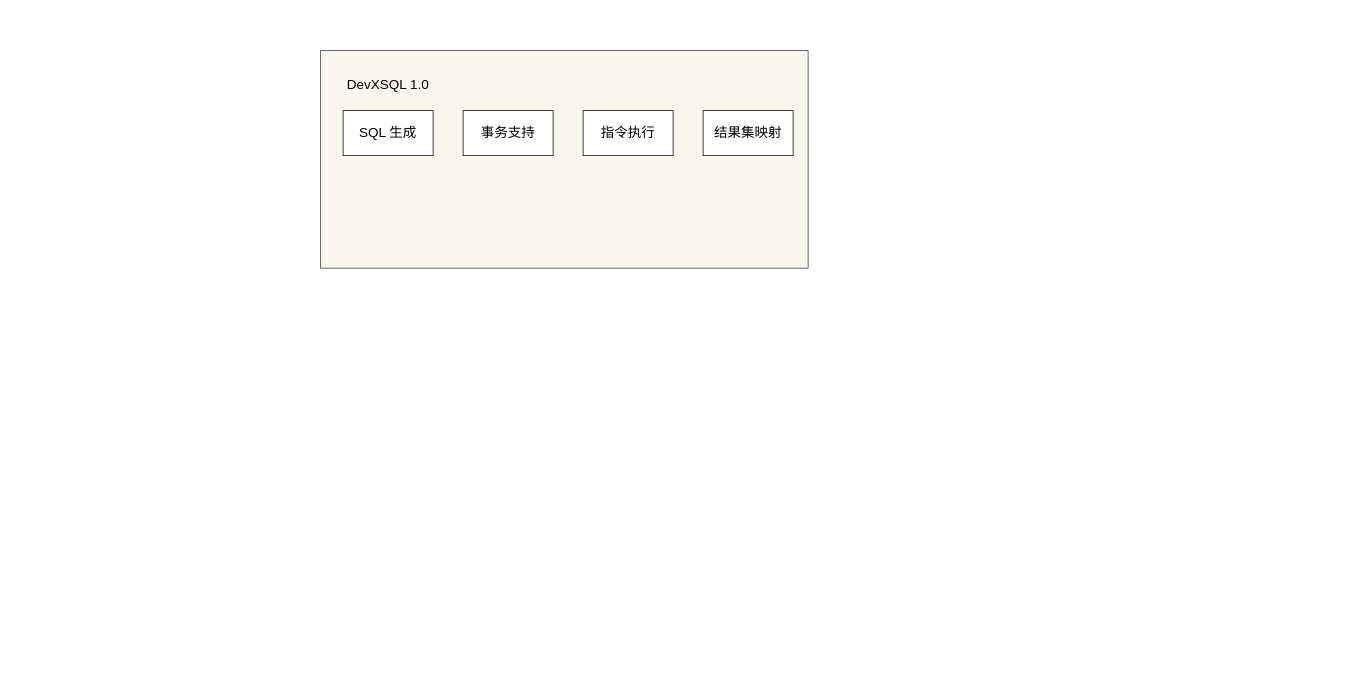
The draw.io diagram DevX/DevXSQL/DevXSQL.drawio in GitHeP/diagrams, before the edit. Source tidied: cells renumbered, new cells numbered last; positions are measured from the earlier drawing's top-left corner, leaving out a move shared by most shapes. Both pictures are drawn from the tidied source at 75%, with x=0, y=0 at pixel (320, 50).
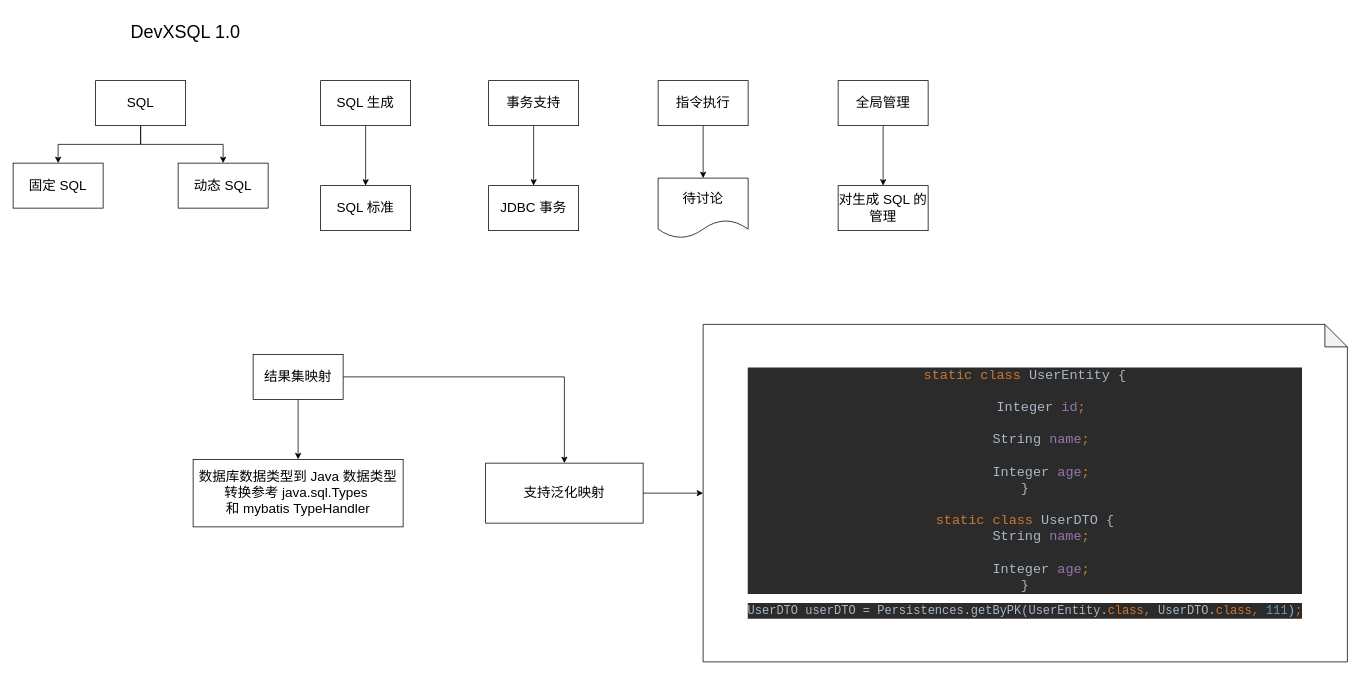
Above is the later version.

Change to the diagram source:
```diff
@@
-    <mxCell id="2" style="rounded=0;whiteSpace=wrap;html=1;fillColor=#f9f7ed;strokeColor=#36393d;" parent="1" vertex="1">
-      <mxGeometry width="650" height="290" as="geometry" />
-    </mxCell>
+    <mxCell id="8" style="edgeStyle=orthogonalEdgeStyle;rounded=0;jettySize=auto;html=1;" parent="1" edge="1" source="3" target="23">
+      <mxGeometry relative="1" as="geometry" />
+    </mxCell>
+    <mxCell id="9" style="edgeStyle=orthogonalEdgeStyle;rounded=0;jettySize=auto;html=1;entryX=0.5;entryY=0;entryDx=0;entryDy=0;" parent="1" edge="1" source="3" target="24">
+      <mxGeometry relative="1" as="geometry" />
+    </mxCell>
-    <mxCell id="3" value="&lt;font style=&quot;font-size: 18px;&quot;&gt;SQL 生成&lt;/font&gt;" style="rounded=0;whiteSpace=wrap;html=1;" parent="1" vertex="1">
-      <mxGeometry x="30" y="80" width="120" height="60" as="geometry" />
+    <mxCell id="3" value="&lt;font style=&quot;font-size: 18px;&quot;&gt;SQL&lt;/font&gt;" style="rounded=0;whiteSpace=wrap;html=1;" parent="1" vertex="1">
+      <mxGeometry x="-300" y="40" width="120" height="60" as="geometry" />
     </mxCell>
+    <mxCell id="10" style="edgeStyle=orthogonalEdgeStyle;rounded=0;jettySize=auto;html=1;" parent="1" edge="1" source="4" target="15">
+      <mxGeometry relative="1" as="geometry" />
+    </mxCell>
     <mxCell id="4" value="&lt;font style=&quot;font-size: 18px;&quot;&gt;事务支持&lt;/font&gt;" style="rounded=0;whiteSpace=wrap;html=1;" parent="1" vertex="1">
-      <mxGeometry x="190" y="80" width="120" height="60" as="geometry" />
+      <mxGeometry x="224" y="40" width="120" height="60" as="geometry" />
     </mxCell>
+    <mxCell id="11" style="edgeStyle=orthogonalEdgeStyle;rounded=0;jettySize=auto;html=1;" parent="1" edge="1" source="5" target="16">
+      <mxGeometry relative="1" as="geometry" />
+    </mxCell>
     <mxCell id="5" value="&lt;font style=&quot;font-size: 18px;&quot;&gt;指令执行&lt;/font&gt;" style="rounded=0;whiteSpace=wrap;html=1;" parent="1" vertex="1">
-      <mxGeometry x="350" y="80" width="120" height="60" as="geometry" />
+      <mxGeometry x="450" y="40" width="120" height="60" as="geometry" />
     </mxCell>
+    <mxCell id="12" style="edgeStyle=orthogonalEdgeStyle;rounded=0;jettySize=auto;html=1;" parent="1" edge="1" source="6" target="17">
+      <mxGeometry relative="1" as="geometry" />
+    </mxCell>
+    <mxCell id="13" style="edgeStyle=orthogonalEdgeStyle;rounded=0;jettySize=auto;html=1;" parent="1" edge="1" source="6" target="19">
+      <mxGeometry relative="1" as="geometry" />
+    </mxCell>
     <mxCell id="6" value="&lt;font style=&quot;font-size: 18px;&quot;&gt;结果集映射&lt;/font&gt;" style="rounded=0;whiteSpace=wrap;html=1;" parent="1" vertex="1">
-      <mxGeometry x="510" y="80" width="120" height="60" as="geometry" />
+      <mxGeometry x="-90" y="405" width="120" height="60" as="geometry" />
     </mxCell>
-    <mxCell id="7" value="&lt;font style=&quot;font-size: 18px;&quot;&gt;DevXSQL 1.0&lt;/font&gt;" style="text;html=1;strokeColor=none;fillColor=none;align=center;verticalAlign=middle;whiteSpace=wrap;rounded=0;" parent="1" vertex="1">
-      <mxGeometry x="30" y="30" width="120" height="30" as="geometry" />
+    <mxCell id="7" value="&lt;font style=&quot;font-size: 24px;&quot;&gt;DevXSQL 1.0&lt;/font&gt;" style="text;html=1;strokeColor=none;fillColor=none;align=center;verticalAlign=middle;whiteSpace=wrap;rounded=0;" parent="1" vertex="1">
+      <mxGeometry x="-260" y="-50" width="160" height="50" as="geometry" />
     </mxCell>
+    <mxCell id="14" value="&lt;font style=&quot;font-size: 18px;&quot;&gt;SQL 标准&lt;/font&gt;" style="rounded=0;whiteSpace=wrap;html=1;" parent="1" vertex="1">
+      <mxGeometry y="180" width="120" height="60" as="geometry" />
+    </mxCell>
+    <mxCell id="15" value="&lt;font style=&quot;font-size: 18px;&quot;&gt;JDBC 事务&lt;/font&gt;" style="whiteSpace=wrap;html=1;rounded=0;" parent="1" vertex="1">
+      <mxGeometry x="224" y="180" width="120" height="60" as="geometry" />
+    </mxCell>
+    <mxCell id="16" value="&lt;font style=&quot;font-size: 18px;&quot;&gt;待讨论&lt;/font&gt;" style="shape=document;whiteSpace=wrap;html=1;boundedLbl=1;rounded=0;" parent="1" vertex="1">
+      <mxGeometry x="450" y="170" width="120" height="80" as="geometry" />
+    </mxCell>
+    <mxCell id="17" value="&lt;font style=&quot;font-size: 18px;&quot;&gt;数据库数据类型到 Java 数据类型转换参考&amp;nbsp;java.sql.Types&amp;nbsp;&lt;br&gt;和 mybatis&amp;nbsp;TypeHandler&lt;/font&gt;" style="whiteSpace=wrap;html=1;rounded=0;" parent="1" vertex="1">
+      <mxGeometry x="-170" y="545" width="280" height="90" as="geometry" />
+    </mxCell>
+    <mxCell id="18" style="edgeStyle=orthogonalEdgeStyle;rounded=0;jettySize=auto;html=1;" parent="1" edge="1" source="19" target="27">
+      <mxGeometry relative="1" as="geometry" />
+    </mxCell>
+    <mxCell id="19" value="&lt;font style=&quot;font-size: 18px;&quot;&gt;支持泛化映射&lt;/font&gt;&lt;span style=&quot;font-size: 18px;&quot;&gt;&lt;br&gt;&lt;/span&gt;" style="whiteSpace=wrap;html=1;rounded=0;" parent="1" vertex="1">
+      <mxGeometry x="220" y="550" width="210" height="80" as="geometry" />
+    </mxCell>
+    <mxCell id="20" style="edgeStyle=orthogonalEdgeStyle;rounded=0;jettySize=auto;html=1;" parent="1" edge="1" source="21" target="22">
+      <mxGeometry relative="1" as="geometry" />
+    </mxCell>
+    <mxCell id="21" value="&lt;font style=&quot;font-size: 18px;&quot;&gt;全局管理&lt;/font&gt;" style="rounded=0;whiteSpace=wrap;html=1;" parent="1" vertex="1">
+      <mxGeometry x="690" y="40" width="120" height="60" as="geometry" />
+    </mxCell>
+    <mxCell id="22" value="&lt;font style=&quot;font-size: 18px;&quot;&gt;对生成 SQL 的管理&lt;/font&gt;" style="whiteSpace=wrap;html=1;rounded=0;" parent="1" vertex="1">
+      <mxGeometry x="690" y="180" width="120" height="60" as="geometry" />
+    </mxCell>
+    <mxCell id="23" value="&lt;font style=&quot;font-size: 18px;&quot;&gt;固定 SQL&lt;/font&gt;" style="rounded=0;whiteSpace=wrap;html=1;" parent="1" vertex="1">
+      <mxGeometry x="-410" y="150" width="120" height="60" as="geometry" />
+    </mxCell>
+    <mxCell id="24" value="&lt;font style=&quot;font-size: 18px;&quot;&gt;动态 SQL&lt;/font&gt;" style="rounded=0;whiteSpace=wrap;html=1;" parent="1" vertex="1">
+      <mxGeometry x="-190" y="150" width="120" height="60" as="geometry" />
+    </mxCell>
+    <mxCell id="25" style="edgeStyle=orthogonalEdgeStyle;rounded=0;jettySize=auto;html=1;entryX=0.5;entryY=0;entryDx=0;entryDy=0;" parent="1" edge="1" source="26" target="14">
+      <mxGeometry relative="1" as="geometry" />
+    </mxCell>
+    <mxCell id="26" value="&lt;font style=&quot;font-size: 18px;&quot;&gt;SQL 生成&lt;/font&gt;" style="rounded=0;whiteSpace=wrap;html=1;" parent="1" vertex="1">
+      <mxGeometry y="40" width="120" height="60" as="geometry" />
+    </mxCell>
+    <mxCell id="27" value="&lt;pre style=&quot;background-color: rgb(43, 43, 43); color: rgb(169, 183, 198); font-family: &amp;quot;JetBrains Mono&amp;quot;, monospace;&quot;&gt;&lt;font style=&quot;font-size: 18px;&quot;&gt;&lt;span style=&quot;color: rgb(204, 120, 50);&quot;&gt;static class &lt;/span&gt;UserEntity {&lt;br&gt;&lt;br&gt;    Integer &lt;span style=&quot;color: rgb(152, 118, 170);&quot;&gt;id&lt;/span&gt;&lt;span style=&quot;color: rgb(204, 120, 50);&quot;&gt;;&lt;br&gt;&lt;/span&gt;&lt;span style=&quot;color: rgb(204, 120, 50);&quot;&gt;&lt;br&gt;&lt;/span&gt;&lt;span style=&quot;color: rgb(204, 120, 50);&quot;&gt;    &lt;/span&gt;String &lt;span style=&quot;color: rgb(152, 118, 170);&quot;&gt;name&lt;/span&gt;&lt;span style=&quot;color: rgb(204, 120, 50);&quot;&gt;;&lt;br&gt;&lt;/span&gt;&lt;span style=&quot;color: rgb(204, 120, 50);&quot;&gt;&lt;br&gt;&lt;/span&gt;&lt;span style=&quot;color: rgb(204, 120, 50);&quot;&gt;    &lt;/span&gt;Integer &lt;span style=&quot;color: rgb(152, 118, 170);&quot;&gt;age&lt;/span&gt;&lt;span style=&quot;color: rgb(204, 120, 50);&quot;&gt;;&lt;br&gt;&lt;/span&gt;}&lt;br&gt;&lt;br&gt;&lt;span style=&quot;color: rgb(204, 120, 50);&quot;&gt;static class &lt;/span&gt;UserDTO {&lt;br&gt;    String &lt;span style=&quot;color: rgb(152, 118, 170);&quot;&gt;name&lt;/span&gt;&lt;span style=&quot;color: rgb(204, 120, 50);&quot;&gt;;&lt;br&gt;&lt;/span&gt;&lt;span style=&quot;color: rgb(204, 120, 50);&quot;&gt;&lt;br&gt;&lt;/span&gt;&lt;span style=&quot;color: rgb(204, 120, 50);&quot;&gt;    &lt;/span&gt;Integer &lt;span style=&quot;color: rgb(152, 118, 170);&quot;&gt;age&lt;/span&gt;&lt;span style=&quot;color: rgb(204, 120, 50);&quot;&gt;;&lt;br&gt;&lt;/span&gt;}&lt;/font&gt;&lt;/pre&gt;&lt;pre style=&quot;background-color: rgb(43, 43, 43); color: rgb(169, 183, 198); font-family: &amp;quot;JetBrains Mono&amp;quot;, monospace;&quot;&gt;&lt;pre style=&quot;font-family: &amp;quot;JetBrains Mono&amp;quot;, monospace;&quot;&gt;&lt;font size=&quot;3&quot;&gt;UserDTO userDTO = Persistences.getByPK(UserEntity.&lt;span style=&quot;color: rgb(204, 120, 50);&quot;&gt;class, &lt;/span&gt;UserDTO.&lt;span style=&quot;color: rgb(204, 120, 50);&quot;&gt;class, &lt;/span&gt;&lt;span style=&quot;color: rgb(104, 151, 187);&quot;&gt;111&lt;/span&gt;)&lt;/font&gt;&lt;span style=&quot;color: rgb(204, 120, 50);&quot;&gt;&lt;font size=&quot;3&quot;&gt;;&lt;/font&gt;&lt;span style=&quot;font-size: 13.5pt;&quot;&gt;&lt;br&gt;&lt;/span&gt;&lt;/span&gt;&lt;/pre&gt;&lt;/pre&gt;" style="shape=note;whiteSpace=wrap;html=1;backgroundOutline=1;darkOpacity=0.05;" parent="1" vertex="1">
+      <mxGeometry x="510" y="365" width="859" height="450" as="geometry" />
+    </mxCell>
```
